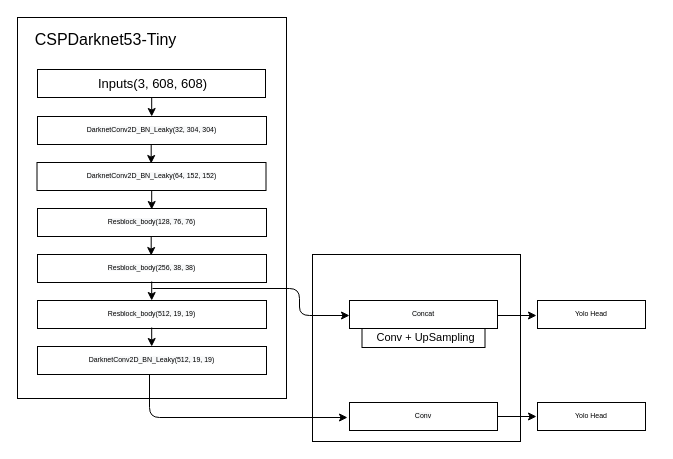
Earlier version of the draw.io diagram Untitled Diagram.drawio (zjie134/blog_pic). Source tidied: cells renumbered, new cells numbered last; positions are measured from the earlier drawing's top-left corner, leaving out a move shared by most shapes. Both pictures are drawn from the tidied source at 100%, with x=0, y=0 at pixel (17, 17).
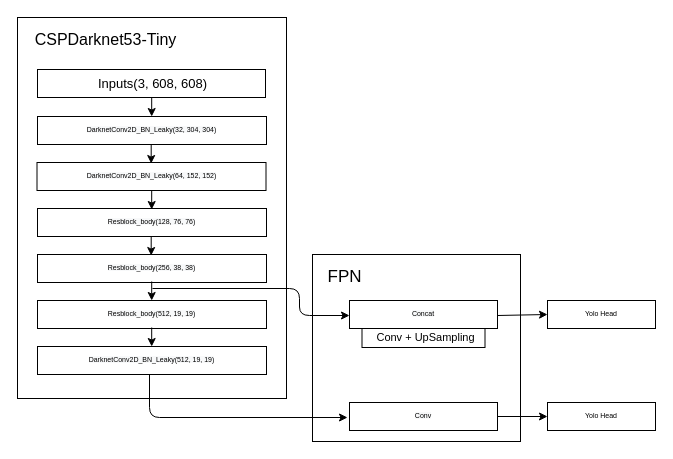
The same diagram, later.

The edit, as a diff of the source:
```diff
@@
-    <mxCell id="25" style="endArrow=classic;html=1;fontSize=7;" parent="1" edge="1">
+    <mxCell id="25" style="endArrow=classic;html=1;fontSize=7;entryX=0;entryY=0.5;entryDx=0;entryDy=0;" parent="1" edge="1" target="27">
       <mxGeometry relative="1" as="geometry">
         <mxPoint x="480" y="298" as="sourcePoint" />
-        <mxPoint x="519" y="298" as="targetPoint" />
       </mxGeometry>
     </mxCell>
-    <mxCell id="26" style="endArrow=classic;html=1;fontSize=7;" parent="1" edge="1">
+    <mxCell id="26" style="endArrow=classic;html=1;fontSize=7;entryX=0;entryY=0.5;entryDx=0;entryDy=0;" parent="1" edge="1" target="28">
       <mxGeometry relative="1" as="geometry">
         <mxPoint x="480" y="399" as="sourcePoint" />
-        <mxPoint x="519" y="399" as="targetPoint" />
       </mxGeometry>
     </mxCell>
     <mxCell id="27" value="&lt;font face=&quot;helvetica&quot;&gt;Yolo Head&lt;/font&gt;" style="rounded=0;whiteSpace=wrap;html=1;strokeWidth=1;fontSize=7;" parent="1" vertex="1">
-      <mxGeometry x="520" y="283" width="108" height="28" as="geometry" />
+      <mxGeometry x="530" y="283" width="108" height="28" as="geometry" />
     </mxCell>
     <mxCell id="28" value="&lt;span style=&quot;font-family: &amp;#34;helvetica&amp;#34;&quot;&gt;Yolo Head&lt;/span&gt;" style="rounded=0;whiteSpace=wrap;html=1;strokeWidth=1;fontSize=7;" parent="1" vertex="1">
-      <mxGeometry x="520" y="385" width="108" height="28" as="geometry" />
+      <mxGeometry x="530" y="385" width="108" height="28" as="geometry" />
     </mxCell>
+    <mxCell id="29" value="&lt;font style=&quot;font-size: 17px&quot;&gt;FPN&lt;/font&gt;" style="text;html=1;align=center;verticalAlign=middle;fillColor=none;strokeColor=none;rounded=0;fontSize=7;" parent="1" vertex="1">
+      <mxGeometry x="305.5" y="253" width="42" height="14" as="geometry" />
+    </mxCell>
```
